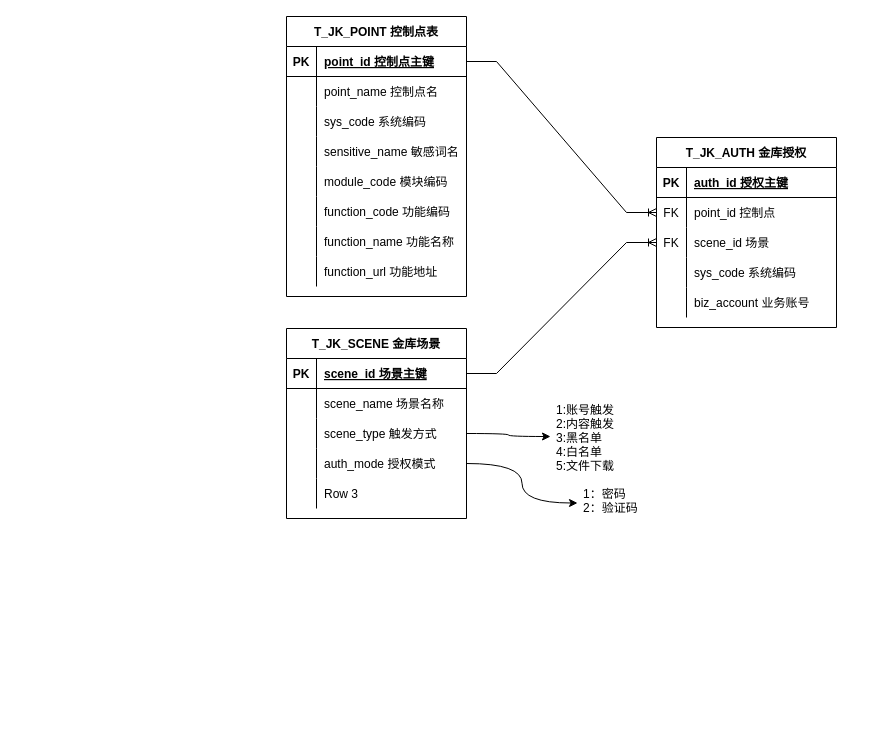
Before: page "金库表结构" (2 of 2) of 二期db设计.drawio in 158698706/qhdx, a draw.io diagram. Source tidied: cells renumbered, new cells numbered last; positions are measured from the earlier drawing's top-left corner, leaving out a move shared by most shapes. Both pictures are drawn from the tidied source at 100%, with x=0, y=0 at pixel (286, 16).
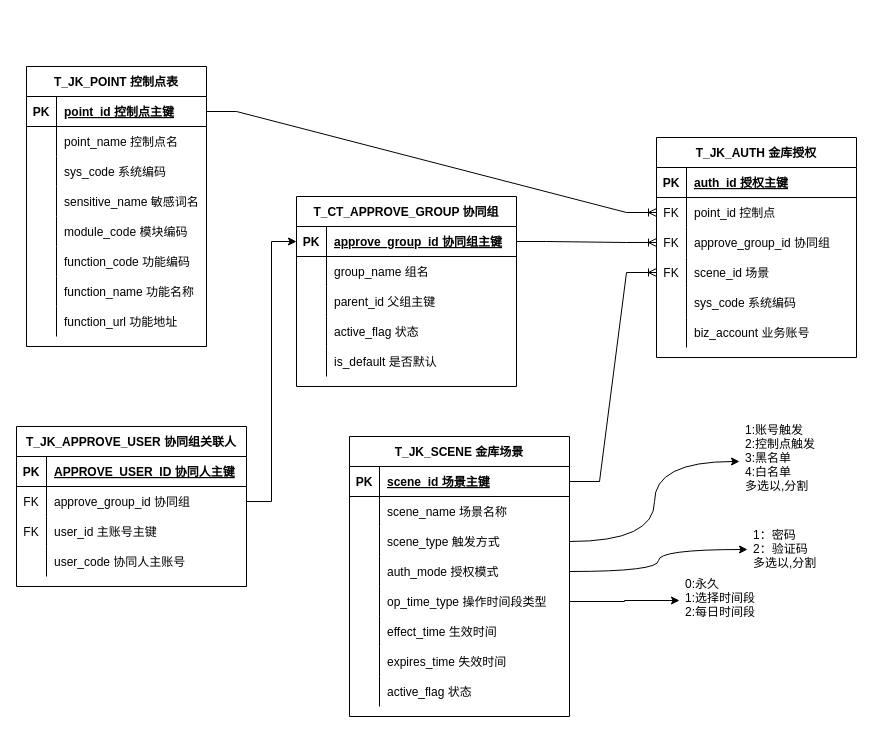
Above is the later version.

Commit message:
增加协同组

Change to the diagram source:
```diff
@@
     <mxCell id="2" value="T_JK_SCENE 金库场景" style="shape=table;startSize=30;childLayout=tableLayout;rowLines=0;fontStyle=1;align=center;" parent="1" vertex="1">
-      <mxGeometry y="312" width="180" height="190" as="geometry" />
+      <mxGeometry x="63" y="420" width="220" height="280" as="geometry" />
     </mxCell>
     <mxCell id="3" style="shape=partialRectangle;fillColor=none;top=0;left=0;bottom=1;right=0;points=[[0,0.5],[1,0.5]];portConstraint=eastwest;" parent="2" vertex="1">
-      <mxGeometry y="30" width="180" height="30" as="geometry" />
+      <mxGeometry y="30" width="220" height="30" as="geometry" />
     </mxCell>
@@
     <mxCell id="5" value="scene_id 场景主键" style="shape=partialRectangle;fillColor=none;top=0;left=0;bottom=0;right=0;align=left;spacingLeft=6;fontStyle=5;overflow=hidden;" parent="3" vertex="1">
-      <mxGeometry x="30" width="150" height="30" as="geometry" />
+      <mxGeometry x="30" width="190" height="30" as="geometry" />
     </mxCell>
     <mxCell id="6" style="shape=partialRectangle;fillColor=none;top=0;left=0;bottom=0;right=0;" parent="2" vertex="1">
-      <mxGeometry y="60" width="180" height="30" as="geometry" />
+      <mxGeometry y="60" width="220" height="30" as="geometry" />
     </mxCell>
@@
     <mxCell id="8" value="scene_name 场景名称" style="shape=partialRectangle;fillColor=none;top=0;left=0;bottom=0;right=0;align=left;spacingLeft=6;overflow=hidden;" parent="6" vertex="1">
-      <mxGeometry x="30" width="150" height="30" as="geometry" />
+      <mxGeometry x="30" width="190" height="30" as="geometry" />
     </mxCell>
     <mxCell id="9" style="shape=partialRectangle;fillColor=none;top=0;left=0;bottom=0;right=0;points=[[0,0.5],[1,0.5]];portConstraint=eastwest;" parent="2" vertex="1">
-      <mxGeometry y="90" width="180" height="30" as="geometry" />
+      <mxGeometry y="90" width="220" height="30" as="geometry" />
     </mxCell>
@@
     <mxCell id="11" value="scene_type 触发方式" style="shape=partialRectangle;fillColor=none;top=0;left=0;bottom=0;right=0;align=left;spacingLeft=6;overflow=hidden;" parent="9" vertex="1">
-      <mxGeometry x="30" width="150" height="30" as="geometry" />
+      <mxGeometry x="30" width="190" height="30" as="geometry" />
     </mxCell>
     <mxCell id="12" style="shape=partialRectangle;fillColor=none;top=0;left=0;bottom=0;right=0;points=[[0,0.5],[1,0.5]];portConstraint=eastwest;" parent="2" vertex="1">
-      <mxGeometry y="120" width="180" height="30" as="geometry" />
+      <mxGeometry y="120" width="220" height="30" as="geometry" />
     </mxCell>
@@
     <mxCell id="14" value="auth_mode 授权模式" style="shape=partialRectangle;fillColor=none;top=0;left=0;bottom=0;right=0;align=left;spacingLeft=6;overflow=hidden;" parent="12" vertex="1">
-      <mxGeometry x="30" width="150" height="30" as="geometry" />
+      <mxGeometry x="30" width="190" height="30" as="geometry" />
     </mxCell>
+    <mxCell id="65" style="shape=partialRectangle;fillColor=none;top=0;left=0;bottom=0;right=0;points=[[0,0.5],[1,0.5]];portConstraint=eastwest;" parent="2" vertex="1">
+      <mxGeometry y="150" width="220" height="30" as="geometry" />
+    </mxCell>
+    <mxCell id="66" style="shape=partialRectangle;fillColor=none;top=0;left=0;bottom=0;right=0;overflow=hidden;" parent="65" vertex="1">
+      <mxGeometry width="30" height="30" as="geometry" />
+    </mxCell>
+    <mxCell id="67" value="op_time_type 操作时间段类型" style="shape=partialRectangle;fillColor=none;top=0;left=0;bottom=0;right=0;align=left;spacingLeft=6;overflow=hidden;" parent="65" vertex="1">
+      <mxGeometry x="30" width="190" height="30" as="geometry" />
+    </mxCell>
+    <mxCell id="68" style="shape=partialRectangle;fillColor=none;top=0;left=0;bottom=0;right=0;" parent="2" vertex="1">
+      <mxGeometry y="180" width="220" height="30" as="geometry" />
+    </mxCell>
+    <mxCell id="69" style="shape=partialRectangle;fillColor=none;top=0;left=0;bottom=0;right=0;overflow=hidden;" parent="68" vertex="1">
+      <mxGeometry width="30" height="30" as="geometry" />
+    </mxCell>
+    <mxCell id="70" value="effect_time 生效时间" style="shape=partialRectangle;fillColor=none;top=0;left=0;bottom=0;right=0;align=left;spacingLeft=6;overflow=hidden;" parent="68" vertex="1">
+      <mxGeometry x="30" width="190" height="30" as="geometry" />
+    </mxCell>
+    <mxCell id="71" style="shape=partialRectangle;fillColor=none;top=0;left=0;bottom=0;right=0;" parent="2" vertex="1">
+      <mxGeometry y="210" width="220" height="30" as="geometry" />
+    </mxCell>
+    <mxCell id="72" style="shape=partialRectangle;fillColor=none;top=0;left=0;bottom=0;right=0;overflow=hidden;" parent="71" vertex="1">
+      <mxGeometry width="30" height="30" as="geometry" />
+    </mxCell>
+    <mxCell id="73" value="expires_time 失效时间" style="shape=partialRectangle;fillColor=none;top=0;left=0;bottom=0;right=0;align=left;spacingLeft=6;overflow=hidden;" parent="71" vertex="1">
+      <mxGeometry x="30" width="190" height="30" as="geometry" />
+    </mxCell>
     <mxCell id="15" style="shape=partialRectangle;fillColor=none;top=0;left=0;bottom=0;right=0;" parent="2" vertex="1">
-      <mxGeometry y="150" width="180" height="30" as="geometry" />
+      <mxGeometry y="240" width="220" height="30" as="geometry" />
     </mxCell>
@@
-    <mxCell id="17" value="Row 3" style="shape=partialRectangle;fillColor=none;top=0;left=0;bottom=0;right=0;align=left;spacingLeft=6;overflow=hidden;" parent="15" vertex="1">
-      <mxGeometry x="30" width="150" height="30" as="geometry" />
+    <mxCell id="17" value="active_flag 状态" style="shape=partialRectangle;fillColor=none;top=0;left=0;bottom=0;right=0;align=left;spacingLeft=6;overflow=hidden;" parent="15" vertex="1">
+      <mxGeometry x="30" width="190" height="30" as="geometry" />
     </mxCell>
-    <mxCell id="18" style="edgeStyle=orthogonalEdgeStyle;rounded=0;jettySize=auto;html=1;curved=1;" parent="1" edge="1" source="9" target="19">
+    <mxCell id="18" style="edgeStyle=orthogonalEdgeStyle;rounded=0;jettySize=auto;html=1;curved=1;entryX=0;entryY=0.5;entryDx=0;entryDy=0;" parent="1" edge="1" source="9" target="19">
       <mxGeometry relative="1" as="geometry" />
     </mxCell>
-    <mxCell id="19" value="1:账号触发&#10;2:内容触发 &#10;3:黑名单 &#10;4:白名单 &#10;5:文件下载" style="text;strokeColor=none;fillColor=none;spacingLeft=4;spacingRight=4;overflow=hidden;points=[[0,0.5],[1,0.5]];portConstraint=eastwest;fontSize=12;" parent="1" vertex="1">
-      <mxGeometry x="264" y="380" width="90" height="80" as="geometry" />
+    <mxCell id="19" value="1:账号触发&#10;2:控制点触发&#10;3:黑名单 &#10;4:白名单 &#10;多选以,分割" style="text;strokeColor=none;fillColor=none;spacingLeft=4;spacingRight=4;overflow=hidden;points=[[0,0.5],[1,0.5]];portConstraint=eastwest;fontSize=12;" parent="1" vertex="1">
+      <mxGeometry x="453" y="400" width="96" height="90" as="geometry" />
     </mxCell>
@@
-    <mxCell id="21" value="1：密码&#10;2：验证码" style="text;strokeColor=none;fillColor=none;spacingLeft=4;spacingRight=4;overflow=hidden;points=[[0,0.5],[1,0.5]];portConstraint=eastwest;fontSize=12;" parent="1" vertex="1">
-      <mxGeometry x="291" y="464" width="90" height="45" as="geometry" />
+    <mxCell id="21" value="1：密码&#10;2：验证码&#10;多选以,分割" style="text;strokeColor=none;fillColor=none;spacingLeft=4;spacingRight=4;overflow=hidden;points=[[0,0.5],[1,0.5]];portConstraint=eastwest;fontSize=12;" parent="1" vertex="1">
+      <mxGeometry x="461" y="505" width="99" height="56" as="geometry" />
     </mxCell>
     <mxCell id="22" value="T_JK_AUTH 金库授权" style="shape=table;startSize=30;childLayout=tableLayout;rowLines=0;fontStyle=1;align=center;" parent="1" vertex="1">
-      <mxGeometry x="370" y="121" width="180" height="190" as="geometry" />
+      <mxGeometry x="370" y="121" width="200" height="220" as="geometry" />
     </mxCell>
     <mxCell id="23" style="shape=partialRectangle;fillColor=none;top=0;left=0;bottom=1;right=0;" parent="22" vertex="1">
-      <mxGeometry y="30" width="180" height="30" as="geometry" />
+      <mxGeometry y="30" width="200" height="30" as="geometry" />
     </mxCell>
@@
     <mxCell id="25" value="auth_id 授权主键" style="shape=partialRectangle;fillColor=none;top=0;left=0;bottom=0;right=0;align=left;spacingLeft=6;fontStyle=5;overflow=hidden;" parent="23" vertex="1">
-      <mxGeometry x="30" width="150" height="30" as="geometry" />
+      <mxGeometry x="30" width="170" height="30" as="geometry" />
     </mxCell>
     <mxCell id="26" style="shape=partialRectangle;fillColor=none;top=0;left=0;bottom=0;right=0;points=[[0,0.5],[1,0.5]];portConstraint=eastwest;" parent="22" vertex="1">
-      <mxGeometry y="60" width="180" height="30" as="geometry" />
+      <mxGeometry y="60" width="200" height="30" as="geometry" />
     </mxCell>
@@
     <mxCell id="28" value="point_id 控制点" style="shape=partialRectangle;fillColor=none;top=0;left=0;bottom=0;right=0;align=left;spacingLeft=6;overflow=hidden;" parent="26" vertex="1">
-      <mxGeometry x="30" width="150" height="30" as="geometry" />
+      <mxGeometry x="30" width="170" height="30" as="geometry" />
     </mxCell>
     <mxCell id="29" style="shape=partialRectangle;fillColor=none;top=0;left=0;bottom=0;right=0;points=[[0,0.5],[1,0.5]];portConstraint=eastwest;" parent="22" vertex="1">
-      <mxGeometry y="90" width="180" height="30" as="geometry" />
+      <mxGeometry y="90" width="200" height="30" as="geometry" />
     </mxCell>
@@
-    <mxCell id="31" value="scene_id 场景" style="shape=partialRectangle;fillColor=none;top=0;left=0;bottom=0;right=0;align=left;spacingLeft=6;overflow=hidden;" parent="29" vertex="1">
-      <mxGeometry x="30" width="150" height="30" as="geometry" />
+    <mxCell id="31" value="approve_group_id 协同组" style="shape=partialRectangle;fillColor=none;top=0;left=0;bottom=0;right=0;align=left;spacingLeft=6;overflow=hidden;" parent="29" vertex="1">
+      <mxGeometry x="30" width="170" height="30" as="geometry" />
     </mxCell>
+    <mxCell id="74" style="shape=partialRectangle;fillColor=none;top=0;left=0;bottom=0;right=0;points=[[0,0.5],[1,0.5]];portConstraint=eastwest;" parent="22" vertex="1">
+      <mxGeometry y="120" width="200" height="30" as="geometry" />
+    </mxCell>
+    <mxCell id="75" value="FK" style="shape=partialRectangle;fillColor=none;top=0;left=0;bottom=0;right=0;overflow=hidden;" parent="74" vertex="1">
+      <mxGeometry width="30" height="30" as="geometry" />
+    </mxCell>
+    <mxCell id="76" value="scene_id 场景" style="shape=partialRectangle;fillColor=none;top=0;left=0;bottom=0;right=0;align=left;spacingLeft=6;overflow=hidden;" parent="74" vertex="1">
+      <mxGeometry x="30" width="170" height="30" as="geometry" />
+    </mxCell>
     <mxCell id="32" style="shape=partialRectangle;fillColor=none;top=0;left=0;bottom=0;right=0;" parent="22" vertex="1">
-      <mxGeometry y="120" width="180" height="30" as="geometry" />
+      <mxGeometry y="150" width="200" height="30" as="geometry" />
     </mxCell>
@@
     <mxCell id="34" value="sys_code 系统编码" style="shape=partialRectangle;fillColor=none;top=0;left=0;bottom=0;right=0;align=left;spacingLeft=6;overflow=hidden;" parent="32" vertex="1">
-      <mxGeometry x="30" width="150" height="30" as="geometry" />
+      <mxGeometry x="30" width="170" height="30" as="geometry" />
     </mxCell>
     <mxCell id="35" style="shape=partialRectangle;fillColor=none;top=0;left=0;bottom=0;right=0;" parent="22" vertex="1">
-      <mxGeometry y="150" width="180" height="30" as="geometry" />
+      <mxGeometry y="180" width="200" height="30" as="geometry" />
     </mxCell>
@@
     <mxCell id="37" value="biz_account 业务账号" style="shape=partialRectangle;fillColor=none;top=0;left=0;bottom=0;right=0;align=left;spacingLeft=6;overflow=hidden;" parent="35" vertex="1">
-      <mxGeometry x="30" width="150" height="30" as="geometry" />
+      <mxGeometry x="30" width="170" height="30" as="geometry" />
     </mxCell>
-    <mxCell id="38" style="edgeStyle=entityRelationEdgeStyle;fontSize=12;html=1;endArrow=ERoneToMany;rounded=0;entryX=0;entryY=0.5;entryDx=0;entryDy=0;" parent="1" edge="1" source="3" target="29">
+    <mxCell id="38" style="edgeStyle=entityRelationEdgeStyle;fontSize=12;html=1;endArrow=ERoneToMany;rounded=0;" parent="1" edge="1" source="3" target="74">
       <mxGeometry relative="1" as="geometry" />
     </mxCell>
     <mxCell id="39" value="T_JK_POINT 控制点表" style="shape=table;startSize=30;childLayout=tableLayout;rowLines=0;fontStyle=1;align=center;" parent="1" vertex="1">
-      <mxGeometry width="180" height="280" as="geometry" />
+      <mxGeometry x="-260" y="50" width="180" height="280" as="geometry" />
     </mxCell>
@@
+    <mxCell id="77" value="0:永久&#10;1:选择时间段&#10;2:每日时间段" style="text;strokeColor=none;fillColor=none;spacingLeft=4;spacingRight=4;overflow=hidden;points=[[0,0.5],[1,0.5]];portConstraint=eastwest;fontSize=12;" parent="1" vertex="1">
+      <mxGeometry x="393" y="554" width="100" height="60" as="geometry" />
+    </mxCell>
+    <mxCell id="78" style="edgeStyle=orthogonalEdgeStyle;rounded=0;jettySize=auto;html=1;" parent="1" edge="1" source="65" target="77">
+      <mxGeometry relative="1" as="geometry" />
+    </mxCell>
+    <mxCell id="79" value="T_CT_APPROVE_GROUP 协同组" style="shape=table;startSize=30;childLayout=tableLayout;rowLines=0;fontStyle=1;align=center;" parent="1" vertex="1">
+      <mxGeometry x="10" y="180" width="220" height="190" as="geometry" />
+    </mxCell>
+    <mxCell id="80" style="shape=partialRectangle;fillColor=none;top=0;left=0;bottom=1;right=0;points=[[0,0.5],[1,0.5]];portConstraint=eastwest;" parent="79" vertex="1">
+      <mxGeometry y="30" width="220" height="30" as="geometry" />
+    </mxCell>
+    <mxCell id="81" value="PK" style="shape=partialRectangle;fillColor=none;top=0;left=0;bottom=0;right=0;fontStyle=1;overflow=hidden;" parent="80" vertex="1">
+      <mxGeometry width="30" height="30" as="geometry" />
+    </mxCell>
+    <mxCell id="82" value="approve_group_id 协同组主键" style="shape=partialRectangle;fillColor=none;top=0;left=0;bottom=0;right=0;align=left;spacingLeft=6;fontStyle=5;overflow=hidden;" parent="80" vertex="1">
+      <mxGeometry x="30" width="190" height="30" as="geometry" />
+    </mxCell>
+    <mxCell id="83" style="shape=partialRectangle;fillColor=none;top=0;left=0;bottom=0;right=0;" parent="79" vertex="1">
+      <mxGeometry y="60" width="220" height="30" as="geometry" />
+    </mxCell>
+    <mxCell id="84" style="shape=partialRectangle;fillColor=none;top=0;left=0;bottom=0;right=0;overflow=hidden;" parent="83" vertex="1">
+      <mxGeometry width="30" height="30" as="geometry" />
+    </mxCell>
+    <mxCell id="85" value="group_name 组名" style="shape=partialRectangle;fillColor=none;top=0;left=0;bottom=0;right=0;align=left;spacingLeft=6;overflow=hidden;" parent="83" vertex="1">
+      <mxGeometry x="30" width="190" height="30" as="geometry" />
+    </mxCell>
+    <mxCell id="86" style="shape=partialRectangle;fillColor=none;top=0;left=0;bottom=0;right=0;" parent="79" vertex="1">
+      <mxGeometry y="90" width="220" height="30" as="geometry" />
+    </mxCell>
+    <mxCell id="87" style="shape=partialRectangle;fillColor=none;top=0;left=0;bottom=0;right=0;overflow=hidden;" parent="86" vertex="1">
+      <mxGeometry width="30" height="30" as="geometry" />
+    </mxCell>
+    <mxCell id="88" value="parent_id 父组主键" style="shape=partialRectangle;fillColor=none;top=0;left=0;bottom=0;right=0;align=left;spacingLeft=6;overflow=hidden;" parent="86" vertex="1">
+      <mxGeometry x="30" width="190" height="30" as="geometry" />
+    </mxCell>
+    <mxCell id="89" style="shape=partialRectangle;fillColor=none;top=0;left=0;bottom=0;right=0;" parent="79" vertex="1">
+      <mxGeometry y="120" width="220" height="30" as="geometry" />
+    </mxCell>
+    <mxCell id="90" style="shape=partialRectangle;fillColor=none;top=0;left=0;bottom=0;right=0;overflow=hidden;" parent="89" vertex="1">
+      <mxGeometry width="30" height="30" as="geometry" />
+    </mxCell>
+    <mxCell id="91" value="active_flag 状态" style="shape=partialRectangle;fillColor=none;top=0;left=0;bottom=0;right=0;align=left;spacingLeft=6;overflow=hidden;" parent="89" vertex="1">
+      <mxGeometry x="30" width="190" height="30" as="geometry" />
+    </mxCell>
+    <mxCell id="92" style="shape=partialRectangle;fillColor=none;top=0;left=0;bottom=0;right=0;" parent="79" vertex="1">
+      <mxGeometry y="150" width="220" height="30" as="geometry" />
+    </mxCell>
+    <mxCell id="93" style="shape=partialRectangle;fillColor=none;top=0;left=0;bottom=0;right=0;overflow=hidden;" parent="92" vertex="1">
+      <mxGeometry width="30" height="30" as="geometry" />
+    </mxCell>
+    <mxCell id="94" value="is_default 是否默认" style="shape=partialRectangle;fillColor=none;top=0;left=0;bottom=0;right=0;align=left;spacingLeft=6;overflow=hidden;" parent="92" vertex="1">
+      <mxGeometry x="30" width="190" height="30" as="geometry" />
+    </mxCell>
+    <mxCell id="95" style="edgeStyle=entityRelationEdgeStyle;fontSize=12;html=1;endArrow=ERoneToMany;rounded=0;exitX=1;exitY=0.5;exitDx=0;exitDy=0;" parent="1" edge="1" source="80" target="29">
+      <mxGeometry relative="1" as="geometry" />
+    </mxCell>
+    <mxCell id="96" value="T_JK_APPROVE_USER 协同组关联人" style="shape=table;startSize=30;childLayout=tableLayout;rowLines=0;fontStyle=1;align=center;" parent="1" vertex="1">
+      <mxGeometry x="-270" y="410" width="230" height="160" as="geometry" />
+    </mxCell>
+    <mxCell id="97" style="shape=partialRectangle;fillColor=none;top=0;left=0;bottom=1;right=0;" parent="96" vertex="1">
+      <mxGeometry y="30" width="230" height="30" as="geometry" />
+    </mxCell>
+    <mxCell id="98" value="PK" style="shape=partialRectangle;fillColor=none;top=0;left=0;bottom=0;right=0;fontStyle=1;overflow=hidden;" parent="97" vertex="1">
+      <mxGeometry width="30" height="30" as="geometry" />
+    </mxCell>
+    <mxCell id="99" value="APPROVE_USER_ID 协同人主键" style="shape=partialRectangle;fillColor=none;top=0;left=0;bottom=0;right=0;align=left;spacingLeft=6;fontStyle=5;overflow=hidden;" parent="97" vertex="1">
+      <mxGeometry x="30" width="200" height="30" as="geometry" />
+    </mxCell>
+    <mxCell id="100" style="shape=partialRectangle;fillColor=none;top=0;left=0;bottom=0;right=0;points=[[0,0.5],[1,0.5]];portConstraint=eastwest;" parent="96" vertex="1">
+      <mxGeometry y="60" width="230" height="30" as="geometry" />
+    </mxCell>
+    <mxCell id="101" value="FK" style="shape=partialRectangle;fillColor=none;top=0;left=0;bottom=0;right=0;overflow=hidden;" parent="100" vertex="1">
+      <mxGeometry width="30" height="30" as="geometry" />
+    </mxCell>
+    <mxCell id="102" value="approve_group_id 协同组" style="shape=partialRectangle;fillColor=none;top=0;left=0;bottom=0;right=0;align=left;spacingLeft=6;overflow=hidden;" parent="100" vertex="1">
+      <mxGeometry x="30" width="200" height="30" as="geometry" />
+    </mxCell>
+    <mxCell id="103" style="shape=partialRectangle;fillColor=none;top=0;left=0;bottom=0;right=0;" parent="96" vertex="1">
+      <mxGeometry y="90" width="230" height="30" as="geometry" />
+    </mxCell>
+    <mxCell id="104" value="FK" style="shape=partialRectangle;fillColor=none;top=0;left=0;bottom=0;right=0;overflow=hidden;" parent="103" vertex="1">
+      <mxGeometry width="30" height="30" as="geometry" />
+    </mxCell>
+    <mxCell id="105" value="user_id 主账号主键" style="shape=partialRectangle;fillColor=none;top=0;left=0;bottom=0;right=0;align=left;spacingLeft=6;overflow=hidden;" parent="103" vertex="1">
+      <mxGeometry x="30" width="200" height="30" as="geometry" />
+    </mxCell>
+    <mxCell id="106" style="shape=partialRectangle;fillColor=none;top=0;left=0;bottom=0;right=0;" parent="96" vertex="1">
+      <mxGeometry y="120" width="230" height="30" as="geometry" />
+    </mxCell>
+    <mxCell id="107" style="shape=partialRectangle;fillColor=none;top=0;left=0;bottom=0;right=0;overflow=hidden;" parent="106" vertex="1">
+      <mxGeometry width="30" height="30" as="geometry" />
+    </mxCell>
+    <mxCell id="108" value="user_code 协同人主账号" style="shape=partialRectangle;fillColor=none;top=0;left=0;bottom=0;right=0;align=left;spacingLeft=6;overflow=hidden;" parent="106" vertex="1">
+      <mxGeometry x="30" width="200" height="30" as="geometry" />
+    </mxCell>
+    <mxCell id="109" style="edgeStyle=orthogonalEdgeStyle;rounded=0;jettySize=auto;html=1;" parent="1" edge="1" source="100" target="80">
+      <mxGeometry relative="1" as="geometry" />
+    </mxCell>
```
